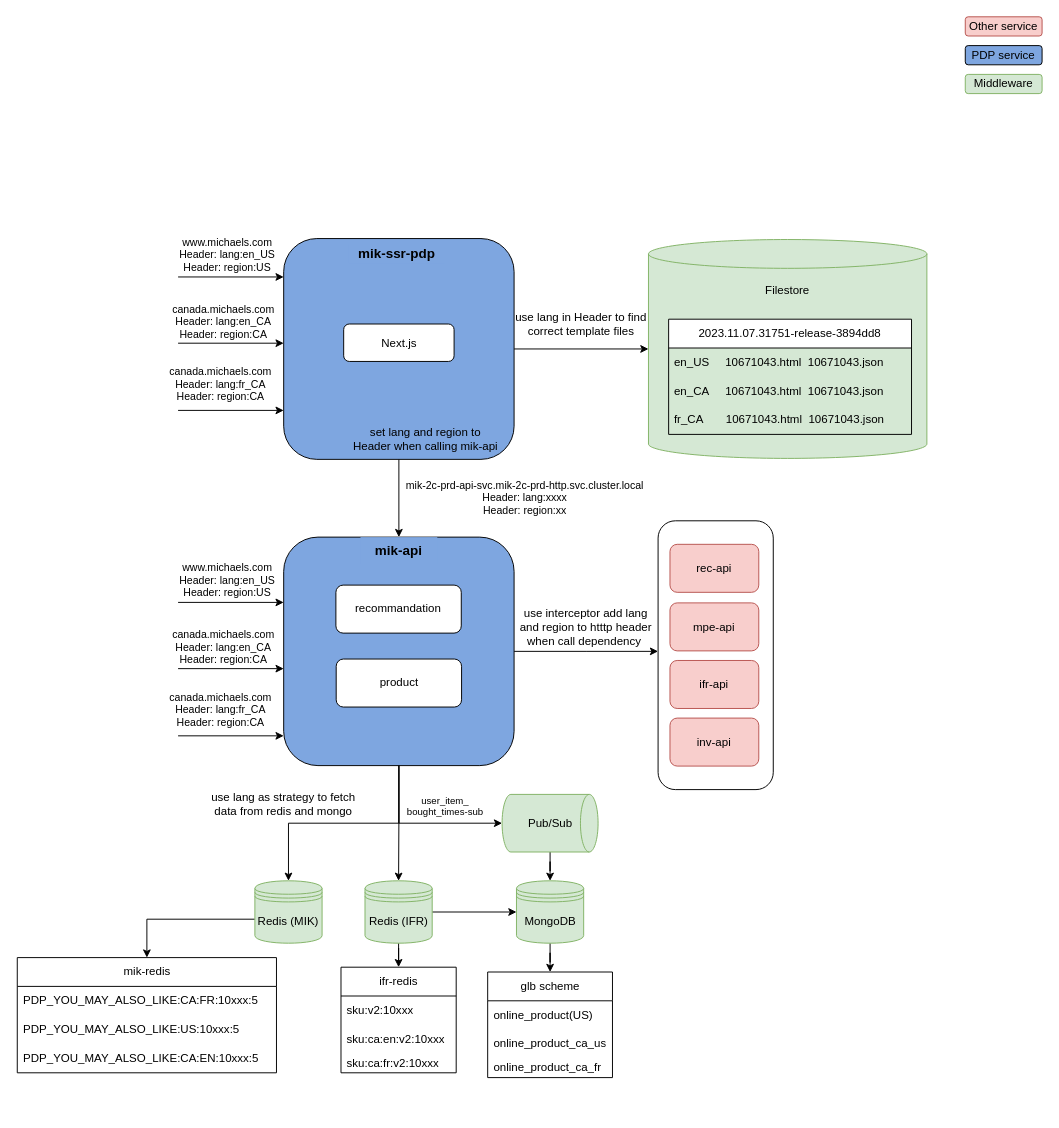
This is PDP-CA-site.drawio from SaberBing/redisson-examples, a draw.io file, before an edit. Source tidied: cells renumbered, new cells numbered last; positions are measured from the earlier drawing's top-left corner, leaving out a move shared by most shapes. Both pictures are drawn from the tidied source at 96%, with x=0, y=0 at pixel (16, 16).
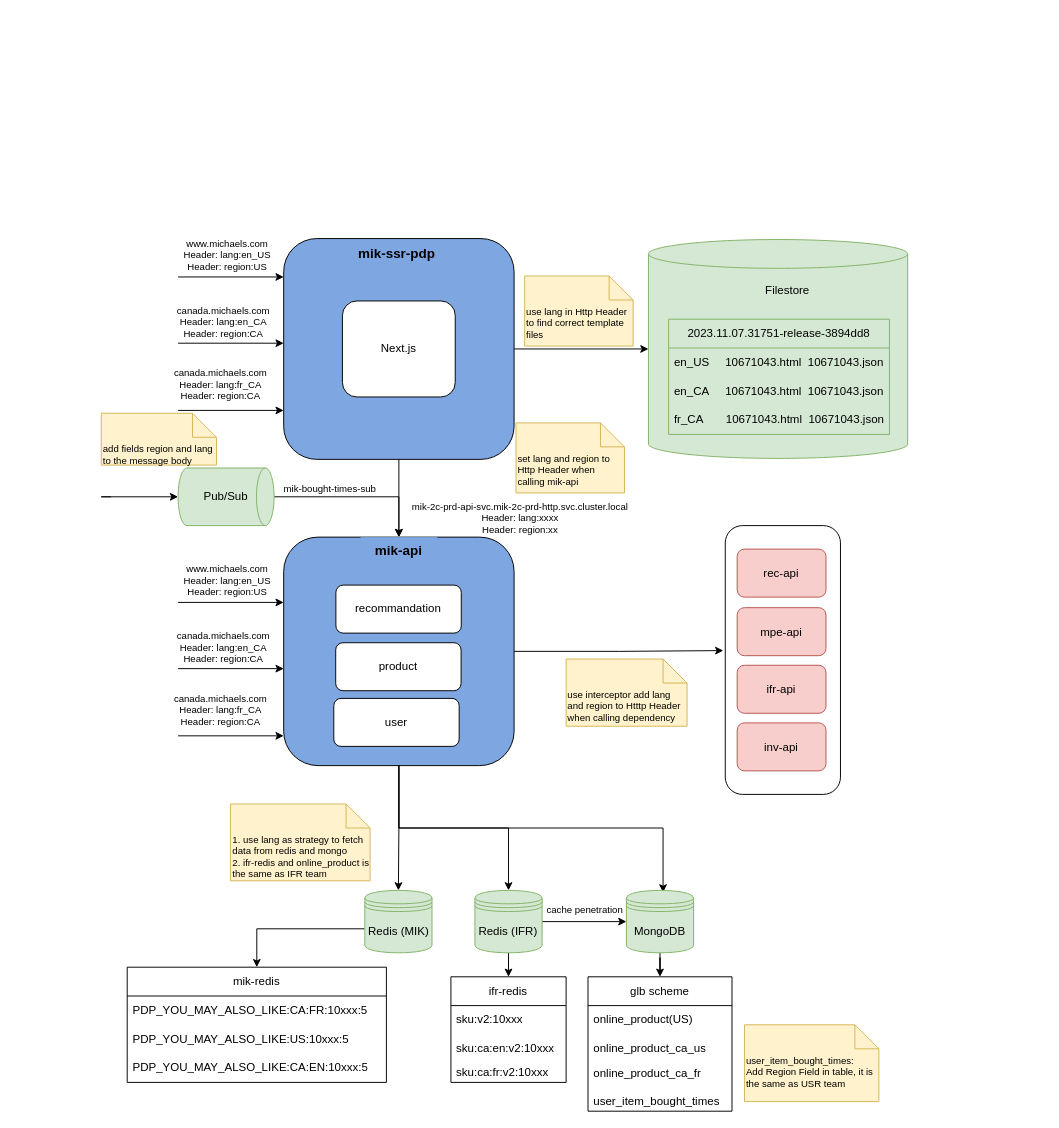
The same page after the edit.

The change refers to these unchanged cells:
```xml
<mxCell id="6" value="&lt;h1 style=&quot;text-align: justify;&quot;&gt;&lt;br&gt;&lt;/h1&gt;" style="rounded=1;whiteSpace=wrap;html=1;shadow=0;glass=0;sketch=0;fillStyle=auto;fontSize=10;strokeWidth=1;fillColor=#7EA6E0;align=center;" parent="1" vertex="1">
  <mxGeometry x="278" y="542" width="240" height="238" as="geometry" />
</mxCell>
<mxCell id="9" value="&lt;b&gt;&lt;font style=&quot;font-size: 14px;&quot;&gt;mik-api&lt;/font&gt;&lt;/b&gt;" style="rounded=0;whiteSpace=wrap;html=1;shadow=0;glass=0;sketch=0;fillStyle=auto;fontSize=10;strokeWidth=1;fillColor=#7EA6E0;strokeColor=none;" parent="1" vertex="1">
  <mxGeometry x="358" y="542" width="80" height="28" as="geometry" />
</mxCell>
<mxCell id="48" style="endArrow=classic;html=1;rounded=0;" parent="1" edge="1">
  <mxGeometry relative="1" as="geometry">
    <mxPoint x="168" y="271" as="sourcePoint" />
    <mxPoint x="278" y="271" as="targetPoint" />
  </mxGeometry>
</mxCell>
<mxCell id="57" style="endArrow=classic;html=1;rounded=0;" parent="1" edge="1">
  <mxGeometry relative="1" as="geometry">
    <mxPoint x="168" y="610" as="sourcePoint" />
    <mxPoint x="278" y="610" as="targetPoint" />
  </mxGeometry>
</mxCell>
```

Change to the diagram source:
```diff
@@
     <mxCell id="2" value="&lt;h1 style=&quot;text-align: justify;&quot;&gt;&lt;br&gt;&lt;/h1&gt;" style="rounded=1;whiteSpace=wrap;html=1;shadow=0;glass=0;sketch=0;fillStyle=auto;fontSize=10;strokeWidth=1;align=center;" parent="1" vertex="1">
-      <mxGeometry x="668" y="525" width="120" height="280" as="geometry" />
+      <mxGeometry x="738" y="530" width="120" height="280" as="geometry" />
     </mxCell>
-    <mxCell id="3" style="edgeStyle=orthogonalEdgeStyle;rounded=0;jettySize=auto;html=1;" parent="1" edge="1" source="6">
-      <mxGeometry relative="1" as="geometry">
-        <mxPoint x="668" y="661" as="targetPoint" />
-      </mxGeometry>
+    <mxCell id="3" style="edgeStyle=orthogonalEdgeStyle;rounded=0;jettySize=auto;html=1;entryX=-0.017;entryY=0.465;entryDx=0;entryDy=0;entryPerimeter=0;" parent="1" edge="1" source="6" target="2">
+      <mxGeometry relative="1" as="geometry" />
     </mxCell>
@@
+    <mxCell id="68" style="edgeStyle=orthogonalEdgeStyle;rounded=0;jettySize=auto;html=1;entryX=0.951;entryY=0.202;entryDx=0;entryDy=0;entryPerimeter=0;" parent="1" edge="1" source="6" target="70">
+      <mxGeometry relative="1" as="geometry" />
+    </mxCell>
@@
     <mxCell id="8" value="&lt;font style=&quot;font-size: 12px;&quot;&gt;MongoDB&lt;/font&gt;" style="shape=datastore;whiteSpace=wrap;html=1;fillStyle=auto;fontSize=10;strokeWidth=1;fillColor=#d5e8d4;strokeColor=#82b366;" parent="1" vertex="1">
-      <mxGeometry x="520.5" y="900" width="70" height="65" as="geometry" />
+      <mxGeometry x="635" y="910" width="70" height="65" as="geometry" />
     </mxCell>
@@
     <mxCell id="14" value="&amp;nbsp;" style="shape=cylinder3;whiteSpace=wrap;html=1;boundedLbl=1;backgroundOutline=1;size=15;shadow=0;glass=0;sketch=0;fillStyle=auto;fontSize=12;strokeWidth=1;fillColor=#d5e8d4;strokeColor=#82b366;" parent="1" vertex="1">
-      <mxGeometry x="658" y="232" width="290" height="228" as="geometry" />
+      <mxGeometry x="658" y="232" width="270" height="228" as="geometry" />
     </mxCell>
@@
     <mxCell id="17" value="&lt;font style=&quot;font-size: 12px;&quot;&gt;Redis (IFR)&lt;/font&gt;" style="shape=datastore;whiteSpace=wrap;html=1;fillStyle=auto;fontSize=10;strokeWidth=1;fillColor=#d5e8d4;strokeColor=#82b366;" parent="1" vertex="1">
-      <mxGeometry x="362.7" y="900" width="70" height="65" as="geometry" />
+      <mxGeometry x="477.2" y="910" width="70" height="65" as="geometry" />
     </mxCell>
-    <mxCell id="18" style="edgeStyle=orthogonalEdgeStyle;rounded=0;jettySize=auto;html=1;" parent="1" edge="1" source="19" target="8">
-      <mxGeometry relative="1" as="geometry" />
-    </mxCell>
+    <mxCell id="69" style="edgeStyle=orthogonalEdgeStyle;rounded=0;jettySize=auto;html=1;entryX=0.5;entryY=0;entryDx=0;entryDy=0;" parent="1" edge="1" source="19" target="9">
+      <mxGeometry relative="1" as="geometry" />
+    </mxCell>
     <mxCell id="19" value="&lt;font style=&quot;font-size: 12px;&quot;&gt;Pub/Sub&lt;/font&gt;" style="strokeWidth=1;html=1;shape=mxgraph.flowchart.direct_data;whiteSpace=wrap;fillColor=#d5e8d4;strokeColor=#82b366;" parent="1" vertex="1">
-      <mxGeometry x="505.5" y="810" width="100" height="60" as="geometry" />
+      <mxGeometry x="168" y="470" width="100" height="60" as="geometry" />
     </mxCell>
     <mxCell id="20" style="edgeStyle=orthogonalEdgeStyle;rounded=0;jettySize=auto;html=1;entryX=0.5;entryY=0;entryDx=0;entryDy=0;" parent="1" edge="1" source="21" target="44">
       <mxGeometry relative="1" as="geometry">
         <Array as="points">
-          <mxPoint x="136" y="940" />
+          <mxPoint x="250.5" y="950" />
         </Array>
       </mxGeometry>
     </mxCell>
     <mxCell id="21" value="&lt;font style=&quot;font-size: 12px;&quot;&gt;Redis (MIK)&lt;/font&gt;" style="shape=datastore;whiteSpace=wrap;html=1;fillStyle=auto;fontSize=10;strokeWidth=1;fillColor=#d5e8d4;strokeColor=#82b366;" parent="1" vertex="1">
-      <mxGeometry x="248" y="900" width="70" height="65" as="geometry" />
+      <mxGeometry x="362.5" y="910" width="70" height="65" as="geometry" />
     </mxCell>
     <mxCell id="22" value="product" style="rounded=1;whiteSpace=wrap;html=1;fillStyle=auto;fillColor=#FFFFFF;strokeWidth=1;" parent="1" vertex="1">
-      <mxGeometry x="332.7" y="669" width="130.6" height="50" as="geometry" />
+      <mxGeometry x="332.2" y="652" width="130.6" height="50" as="geometry" />
     </mxCell>
     <mxCell id="23" value="inv-api" style="rounded=1;whiteSpace=wrap;html=1;fillStyle=auto;fillColor=#f8cecc;strokeWidth=1;strokeColor=#b85450;" parent="1" vertex="1">
-      <mxGeometry x="680.4" y="730.5" width="92.5" height="50" as="geometry" />
+      <mxGeometry x="750.4" y="735.5" width="92.5" height="50" as="geometry" />
     </mxCell>
     <mxCell id="24" value="ifr-api" style="rounded=1;whiteSpace=wrap;html=1;fillStyle=auto;fillColor=#f8cecc;strokeWidth=1;strokeColor=#b85450;" parent="1" vertex="1">
-      <mxGeometry x="680.4" y="670.5" width="92.5" height="50" as="geometry" />
+      <mxGeometry x="750.4" y="675.5" width="92.5" height="50" as="geometry" />
     </mxCell>
     <mxCell id="25" value="rec-api" style="rounded=1;whiteSpace=wrap;html=1;fillStyle=auto;fillColor=#f8cecc;strokeWidth=1;strokeColor=#b85450;" parent="1" vertex="1">
-      <mxGeometry x="680.4" y="549.5" width="92.5" height="50" as="geometry" />
+      <mxGeometry x="750.4" y="554.5" width="92.5" height="50" as="geometry" />
     </mxCell>
     <mxCell id="26" value="mpe-api" style="rounded=1;whiteSpace=wrap;html=1;fillStyle=auto;fillColor=#f8cecc;strokeWidth=1;strokeColor=#b85450;" parent="1" vertex="1">
-      <mxGeometry x="680.4" y="610.5" width="92.5" height="50" as="geometry" />
+      <mxGeometry x="750.4" y="615.5" width="92.5" height="50" as="geometry" />
     </mxCell>
     <mxCell id="27" value="Next.js" style="rounded=1;whiteSpace=wrap;html=1;fillStyle=auto;fillColor=#FFFFFF;strokeWidth=1;" parent="1" vertex="1">
-      <mxGeometry x="340.5" y="320" width="115" height="39" as="geometry" />
+      <mxGeometry x="339.2" y="296" width="117.5" height="100" as="geometry" />
     </mxCell>
-    <mxCell id="28" value="user_item_&lt;br&gt;bought_times-sub" style="edgeLabel;html=1;align=center;verticalAlign=middle;fontSize=10;" parent="1" vertex="1">
-      <mxGeometry x="408" y="810" as="geometry">
+    <mxCell id="28" value="mik-bought-times-sub" style="edgeLabel;html=1;align=center;verticalAlign=middle;fontSize=10;" parent="1" vertex="1">
+      <mxGeometry x="288" y="480" as="geometry">
         <mxPoint x="37" y="11" as="offset" />
       </mxGeometry>
     </mxCell>
-    <mxCell id="29" value="Other service" style="rounded=1;whiteSpace=wrap;html=1;fillStyle=auto;fillColor=#f8cecc;strokeWidth=1;strokeColor=#b85450;" parent="1" vertex="1">
-      <mxGeometry x="988" width="80" height="20" as="geometry" />
-    </mxCell>
-    <mxCell id="30" value="PDP service" style="rounded=1;whiteSpace=wrap;html=1;fillStyle=auto;fillColor=#7EA6E0;strokeWidth=1;strokeColor=#000000;" parent="1" vertex="1">
-      <mxGeometry x="988" y="30" width="80" height="20" as="geometry" />
-    </mxCell>
-    <mxCell id="31" value="Middleware" style="rounded=1;whiteSpace=wrap;html=1;fillStyle=auto;fillColor=#d5e8d4;strokeWidth=1;strokeColor=#82b366;" parent="1" vertex="1">
-      <mxGeometry x="988" y="60" width="80" height="20" as="geometry" />
-    </mxCell>
-    <mxCell id="32" value="2023.11.07.31751-release-3894dd8" style="swimlane;fontStyle=0;horizontal=1;startSize=30;whiteSpace=wrap;html=1;" parent="1" vertex="1">
-      <mxGeometry x="679" y="315" width="253" height="120" as="geometry" />
+    <mxCell id="32" value="2023.11.07.31751-release-3894dd8" style="swimlane;fontStyle=0;horizontal=1;startSize=30;whiteSpace=wrap;html=1;fillColor=#d5e8d4;strokeColor=#82b366;" parent="1" vertex="1">
+      <mxGeometry x="679" y="315" width="230" height="120" as="geometry" />
     </mxCell>
     <mxCell id="33" value="en_US&amp;nbsp;&lt;span style=&quot;&quot;&gt;&lt;span style=&quot;&quot;&gt;&amp;nbsp;&amp;nbsp;&amp;nbsp;&amp;nbsp;&lt;/span&gt;&lt;/span&gt;10671043.html&lt;span style=&quot;&quot;&gt;&lt;span style=&quot;white-space: pre;&quot;&gt;&amp;nbsp;&amp;nbsp;&lt;/span&gt;&lt;/span&gt;10671043.json" style="text;strokeColor=none;fillColor=none;align=left;verticalAlign=middle;spacingLeft=4;spacingRight=4;overflow=hidden;whiteSpace=wrap;html=1;" parent="32" vertex="1">
-      <mxGeometry y="30" width="253" height="30" as="geometry" />
+      <mxGeometry y="30" width="230" height="30" as="geometry" />
     </mxCell>
     <mxCell id="34" value="en_CA&lt;span style=&quot;&quot;&gt;&lt;span style=&quot;white-space: pre;&quot;&gt;&amp;nbsp;&amp;nbsp;&amp;nbsp;&amp;nbsp; &lt;/span&gt;&lt;/span&gt;10671043.html&amp;nbsp; 10671043.json" style="text;strokeColor=none;fillColor=none;align=left;verticalAlign=middle;spacingLeft=4;spacingRight=4;overflow=hidden;whiteSpace=wrap;html=1;" parent="32" vertex="1">
-      <mxGeometry y="60" width="253" height="30" as="geometry" />
+      <mxGeometry y="60" width="230" height="30" as="geometry" />
     </mxCell>
     <mxCell id="35" value="fr_CA&lt;span style=&quot;&quot;&gt;&lt;span style=&quot;white-space: pre;&quot;&gt;&amp;nbsp;&amp;nbsp;&amp;nbsp;&amp;nbsp;   &lt;/span&gt;&lt;/span&gt;10671043.html&amp;nbsp;&amp;nbsp;&lt;span style=&quot;border-color: var(--border-color);&quot;&gt;&lt;/span&gt;10671043.json" style="text;strokeColor=none;fillColor=none;align=left;verticalAlign=middle;spacingLeft=4;spacingRight=4;overflow=hidden;whiteSpace=wrap;html=1;" parent="32" vertex="1">
-      <mxGeometry y="90" width="253" height="30" as="geometry" />
+      <mxGeometry y="90" width="230" height="30" as="geometry" />
     </mxCell>
     <mxCell id="36" value="glb scheme" style="swimlane;fontStyle=0;horizontal=1;startSize=30;whiteSpace=wrap;html=1;" parent="1" vertex="1">
-      <mxGeometry x="490.5" y="995" width="130" height="110" as="geometry" />
+      <mxGeometry x="595" y="1000" width="150" height="140" as="geometry" />
     </mxCell>
     <mxCell id="37" value="online_product(US)" style="text;strokeColor=none;fillColor=none;align=left;verticalAlign=middle;spacingLeft=4;spacingRight=4;overflow=hidden;whiteSpace=wrap;html=1;" parent="36" vertex="1">
-      <mxGeometry y="30" width="130" height="30" as="geometry" />
+      <mxGeometry y="30" width="150" height="30" as="geometry" />
     </mxCell>
     <mxCell id="38" value="online_product_ca_us" style="text;strokeColor=none;fillColor=none;align=left;verticalAlign=middle;spacingLeft=4;spacingRight=4;overflow=hidden;whiteSpace=wrap;html=1;" parent="36" vertex="1">
-      <mxGeometry y="60" width="130" height="30" as="geometry" />
+      <mxGeometry y="60" width="150" height="30" as="geometry" />
     </mxCell>
-    <mxCell id="39" value="online_product_ca_fr" style="text;strokeColor=none;fillColor=none;align=left;verticalAlign=middle;spacingLeft=4;spacingRight=4;overflow=hidden;whiteSpace=wrap;html=1;" parent="36" vertex="1">
-      <mxGeometry y="90" width="130" height="20" as="geometry" />
+    <mxCell id="39" value="online_product_ca_fr&lt;br&gt;&lt;br&gt;user_item_bought_times" style="text;strokeColor=none;fillColor=none;align=left;verticalAlign=middle;spacingLeft=4;spacingRight=4;overflow=hidden;whiteSpace=wrap;html=1;" parent="36" vertex="1">
+      <mxGeometry y="90" width="150" height="50" as="geometry" />
     </mxCell>
     <mxCell id="40" value="ifr-redis" style="swimlane;fontStyle=0;horizontal=1;startSize=30;whiteSpace=wrap;html=1;" parent="1" vertex="1">
-      <mxGeometry x="337.7" y="990" width="120" height="110" as="geometry" />
+      <mxGeometry x="452.2" y="1000" width="120" height="110" as="geometry" />
     </mxCell>
@@
     <mxCell id="44" value="mik-redis" style="swimlane;fontStyle=0;horizontal=1;startSize=30;whiteSpace=wrap;html=1;" parent="1" vertex="1">
-      <mxGeometry x="0.5" y="980" width="270" height="120" as="geometry" />
+      <mxGeometry x="115" y="990" width="270" height="120" as="geometry" />
     </mxCell>
@@
-    <mxCell id="49" value="www.michaels.com&lt;br&gt;Header: lang:en_US&lt;br&gt;Header: region:US" style="edgeLabel;html=1;align=center;verticalAlign=middle;" parent="48" vertex="1">
+    <mxCell id="49" value="www.michaels.com&lt;br style=&quot;font-size: 10px;&quot;&gt;Header: lang:en_US&lt;br style=&quot;font-size: 10px;&quot;&gt;Header: region:US" style="edgeLabel;html=1;align=center;verticalAlign=middle;fontSize=10;" parent="48" vertex="1">
       <mxGeometry x="0.02" y="2" relative="1" as="geometry">
         <mxPoint x="-6" y="-22" as="offset" />
       </mxGeometry>
     </mxCell>
@@
-    <mxCell id="52" value="canada.michaels.com&lt;br&gt;Header: lang:en_CA&lt;br&gt;Header: region:CA" style="edgeLabel;html=1;align=center;verticalAlign=middle;" parent="1" vertex="1">
+    <mxCell id="52" value="canada.michaels.com&lt;br style=&quot;font-size: 10px;&quot;&gt;Header: lang:en_CA&lt;br style=&quot;font-size: 10px;&quot;&gt;Header: region:CA" style="edgeLabel;html=1;align=center;verticalAlign=middle;fontSize=10;" parent="1" vertex="1">
       <mxGeometry x="218" y="313" as="geometry">
         <mxPoint x="-4" y="4" as="offset" />
       </mxGeometry>
     </mxCell>
-    <mxCell id="53" value="canada.michaels.com&lt;br&gt;Header: lang:fr_CA&lt;br&gt;Header: region:CA" style="edgeLabel;html=1;align=center;verticalAlign=middle;" parent="1" vertex="1">
+    <mxCell id="53" value="canada.michaels.com&lt;br style=&quot;font-size: 10px;&quot;&gt;Header: lang:fr_CA&lt;br style=&quot;font-size: 10px;&quot;&gt;Header: region:CA" style="edgeLabel;html=1;align=center;verticalAlign=middle;fontSize=10;" parent="1" vertex="1">
       <mxGeometry x="218" y="380" as="geometry">
         <mxPoint x="-7" y="2" as="offset" />
       </mxGeometry>
     </mxCell>
-    <mxCell id="54" value="mik-2c-prd-api-svc.mik-2c-prd-http.svc.cluster.local&lt;br&gt;Header: lang:xxxx&lt;br&gt;Header: region:xx" style="edgeLabel;html=1;align=center;verticalAlign=middle;" parent="1" vertex="1">
-      <mxGeometry x="528" y="500" as="geometry" />
+    <mxCell id="54" value="mik-2c-prd-api-svc.mik-2c-prd-http.svc.cluster.local&lt;br style=&quot;font-size: 10px;&quot;&gt;Header: lang:xxxx&lt;br style=&quot;font-size: 10px;&quot;&gt;Header: region:xx" style="edgeLabel;html=1;align=center;verticalAlign=middle;fontSize=10;" parent="1" vertex="1">
+      <mxGeometry x="512.2" y="514" as="geometry">
+        <mxPoint x="11" y="7" as="offset" />
+      </mxGeometry>
     </mxCell>
@@
-    <mxCell id="56" value="use lang in Header to find correct template files" style="text;html=1;strokeColor=none;fillColor=none;align=center;verticalAlign=middle;whiteSpace=wrap;rounded=0;" parent="1" vertex="1">
-      <mxGeometry x="518" y="300" width="140" height="40" as="geometry" />
-    </mxCell>
@@
-    <mxCell id="58" value="www.michaels.com&lt;br&gt;Header: lang:en_US&lt;br&gt;Header: region:US" style="edgeLabel;html=1;align=center;verticalAlign=middle;" parent="57" vertex="1">
+    <mxCell id="58" value="www.michaels.com&lt;br style=&quot;font-size: 10px;&quot;&gt;Header: lang:en_US&lt;br style=&quot;font-size: 10px;&quot;&gt;Header: region:US" style="edgeLabel;html=1;align=center;verticalAlign=middle;fontSize=10;" parent="57" vertex="1">
       <mxGeometry x="0.02" y="2" relative="1" as="geometry">
         <mxPoint x="-6" y="-22" as="offset" />
       </mxGeometry>
     </mxCell>
@@
-    <mxCell id="61" value="canada.michaels.com&lt;br&gt;Header: lang:en_CA&lt;br&gt;Header: region:CA" style="edgeLabel;html=1;align=center;verticalAlign=middle;" parent="1" vertex="1">
+    <mxCell id="61" value="canada.michaels.com&lt;br style=&quot;font-size: 10px;&quot;&gt;Header: lang:en_CA&lt;br style=&quot;font-size: 10px;&quot;&gt;Header: region:CA" style="edgeLabel;html=1;align=center;verticalAlign=middle;fontSize=10;" parent="1" vertex="1">
       <mxGeometry x="218" y="652" as="geometry">
         <mxPoint x="-4" y="4" as="offset" />
       </mxGeometry>
     </mxCell>
-    <mxCell id="62" value="canada.michaels.com&lt;br&gt;Header: lang:fr_CA&lt;br&gt;Header: region:CA" style="edgeLabel;html=1;align=center;verticalAlign=middle;" parent="1" vertex="1">
+    <mxCell id="62" value="canada.michaels.com&lt;br style=&quot;font-size: 10px;&quot;&gt;Header: lang:fr_CA&lt;br style=&quot;font-size: 10px;&quot;&gt;Header: region:CA" style="edgeLabel;html=1;align=center;verticalAlign=middle;fontSize=10;" parent="1" vertex="1">
       <mxGeometry x="218" y="719" as="geometry">
         <mxPoint x="-7" y="2" as="offset" />
       </mxGeometry>
     </mxCell>
@@
-    <mxCell id="64" value="set lang and region to Header when calling mik-api" style="text;html=1;strokeColor=none;fillColor=none;align=center;verticalAlign=middle;whiteSpace=wrap;rounded=0;" parent="1" vertex="1">
-      <mxGeometry x="345.5" y="420" width="160" height="40" as="geometry" />
-    </mxCell>
-    <mxCell id="65" value="use interceptor add lang and region to htttp header when call dependency&amp;nbsp;" style="text;html=1;strokeColor=none;fillColor=none;align=center;verticalAlign=middle;whiteSpace=wrap;rounded=0;" parent="1" vertex="1">
-      <mxGeometry x="523" y="615.5" width="140" height="40" as="geometry" />
-    </mxCell>
-    <mxCell id="66" style="edgeStyle=orthogonalEdgeStyle;rounded=0;jettySize=auto;html=1;entryX=0;entryY=0.5;entryDx=0;entryDy=0;entryPerimeter=0;" parent="1" edge="1" source="6" target="19">
-      <mxGeometry relative="1" as="geometry">
-        <Array as="points">
-          <mxPoint x="398" y="840" />
-        </Array>
-      </mxGeometry>
-    </mxCell>
-    <mxCell id="67" value="use lang as strategy to fetch data from redis and mongo" style="text;html=1;strokeColor=none;fillColor=none;align=center;verticalAlign=middle;whiteSpace=wrap;rounded=0;" parent="1" vertex="1">
-      <mxGeometry x="198" y="800" width="160" height="40" as="geometry" />
-    </mxCell>
+    <mxCell id="70" value="cache penetration" style="text;html=1;strokeColor=none;fillColor=none;align=center;verticalAlign=middle;whiteSpace=wrap;rounded=0;perimeterSpacing=10;fontSize=10;" parent="1" vertex="1">
+      <mxGeometry x="512" y="910" width="160" height="40" as="geometry" />
+    </mxCell>
+    <mxCell id="71" style="endArrow=classic;html=1;rounded=0;entryX=0;entryY=0.5;entryDx=0;entryDy=0;entryPerimeter=0;" parent="1" edge="1" target="19">
+      <mxGeometry relative="1" as="geometry">
+        <mxPoint x="98" y="500" as="sourcePoint" />
+        <Array as="points">
+          <mxPoint x="88" y="500" />
+        </Array>
+      </mxGeometry>
+    </mxCell>
+    <mxCell id="72" value="&lt;div style=&quot;font-size: 10px;&quot;&gt;user_item_bought_times:&amp;nbsp;&lt;/div&gt;&lt;div style=&quot;font-size: 10px;&quot;&gt;Add Region Field in table, it is the same as USR team&lt;/div&gt;" style="shape=note2;boundedLbl=1;whiteSpace=wrap;html=1;size=25;verticalAlign=top;align=left;fillColor=#fff2cc;strokeColor=#d6b656;fontSize=10;" parent="1" vertex="1">
+      <mxGeometry x="758" y="1050" width="140" height="80" as="geometry" />
+    </mxCell>
+    <mxCell id="73" value="&lt;div style=&quot;font-size: 10px;&quot;&gt;1. use lang as strategy to fetch data from redis and mongo&lt;br&gt;&lt;/div&gt;&lt;div style=&quot;font-size: 10px;&quot;&gt;2. ifr-redis and online_product is the same as IFR team&lt;/div&gt;&lt;div style=&quot;font-size: 10px;&quot;&gt;&lt;br&gt;&lt;/div&gt;" style="shape=note2;boundedLbl=1;whiteSpace=wrap;html=1;size=25;verticalAlign=top;align=left;fillColor=#fff2cc;strokeColor=#d6b656;fontSize=10;" parent="1" vertex="1">
+      <mxGeometry x="222.5" y="820" width="145.5" height="80" as="geometry" />
+    </mxCell>
+    <mxCell id="74" value="&lt;div style=&quot;font-size: 10px;&quot;&gt;use interceptor add lang and region to Htttp Header when calling dependency&amp;nbsp;&lt;br&gt;&lt;/div&gt;" style="shape=note2;boundedLbl=1;whiteSpace=wrap;html=1;size=25;verticalAlign=top;align=left;fillColor=#fff2cc;strokeColor=#d6b656;fontSize=10;" parent="1" vertex="1">
+      <mxGeometry x="572.2" y="669" width="126" height="70" as="geometry" />
+    </mxCell>
+    <mxCell id="75" value="&lt;div style=&quot;font-size: 10px;&quot;&gt;use lang in Http Header to find correct template files&lt;br&gt;&lt;/div&gt;" style="shape=note2;boundedLbl=1;whiteSpace=wrap;html=1;size=25;verticalAlign=top;align=left;fillColor=#fff2cc;strokeColor=#d6b656;fontSize=10;" parent="1" vertex="1">
+      <mxGeometry x="529" y="270" width="113" height="73" as="geometry" />
+    </mxCell>
+    <mxCell id="76" value="&lt;div style=&quot;font-size: 10px;&quot;&gt;set lang and region to Http Header when calling mik-api&lt;br&gt;&lt;/div&gt;" style="shape=note2;boundedLbl=1;whiteSpace=wrap;html=1;size=25;verticalAlign=top;align=left;fillColor=#fff2cc;strokeColor=#d6b656;fontSize=10;" parent="1" vertex="1">
+      <mxGeometry x="520" y="423" width="113" height="73" as="geometry" />
+    </mxCell>
+    <mxCell id="77" value="user" style="rounded=1;whiteSpace=wrap;html=1;fillStyle=auto;fillColor=#FFFFFF;strokeWidth=1;" parent="1" vertex="1">
+      <mxGeometry x="330.2" y="710" width="130.6" height="50" as="geometry" />
+    </mxCell>
+    <mxCell id="78" value="&lt;div style=&quot;font-size: 10px;&quot;&gt;add fields region and lang to the message body&lt;/div&gt;" style="shape=note2;boundedLbl=1;whiteSpace=wrap;html=1;size=25;verticalAlign=top;align=left;fillColor=#fff2cc;strokeColor=#d6b656;fontSize=10;" parent="1" vertex="1">
+      <mxGeometry x="88" y="413" width="120" height="54" as="geometry" />
+    </mxCell>
```
